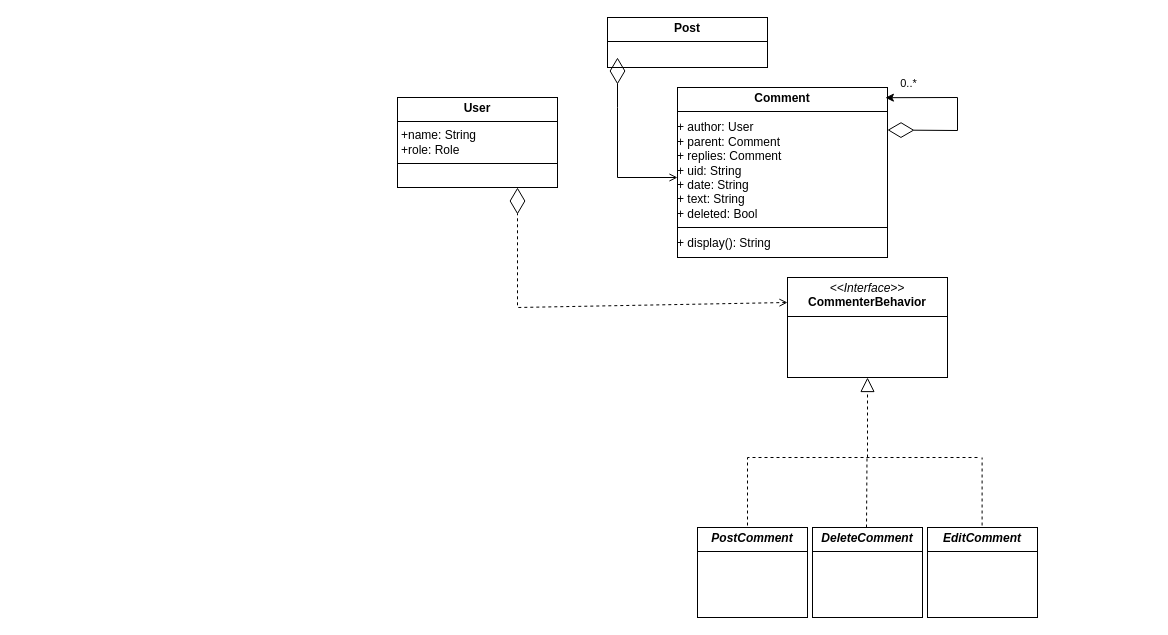
Before: UML.drawio in pricedown/ThreadedComments, a draw.io diagram. Source tidied: cells renumbered, new cells numbered last; positions are measured from the earlier drawing's top-left corner, leaving out a move shared by most shapes. Both pictures are drawn from the tidied source at 100%, with x=0, y=0 at pixel (397, 17).
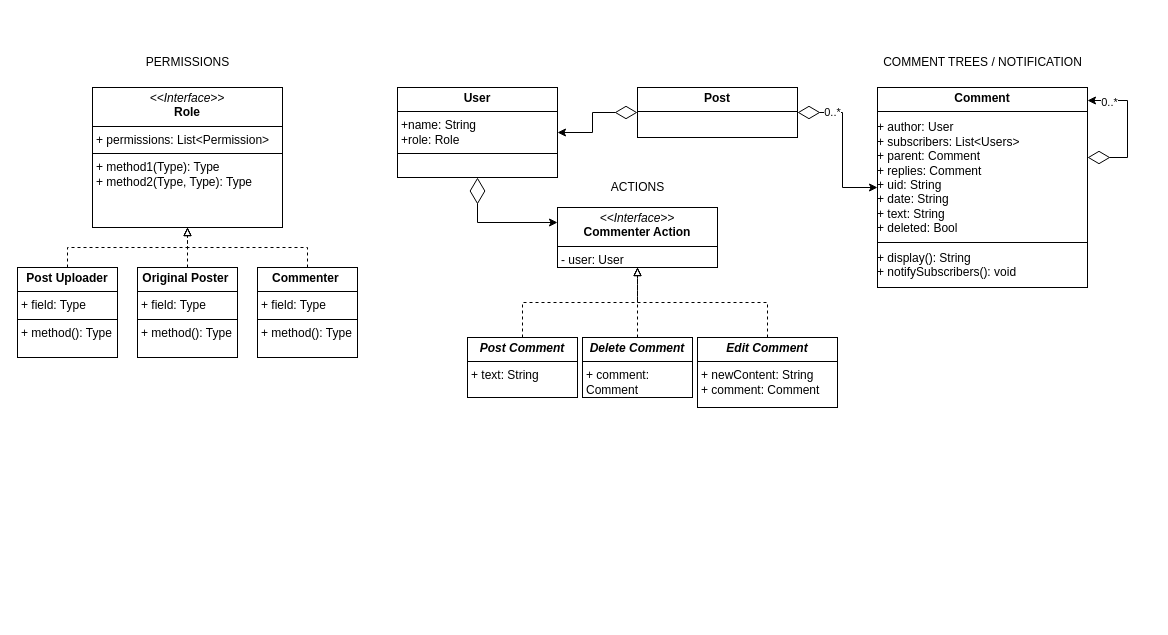
The same diagram, later.

Diff of the diagram source:
```diff
@@
-    <mxCell id="2" value="&lt;p style=&quot;margin:0px;margin-top:4px;text-align:center;&quot;&gt;&lt;b&gt;Comment&lt;/b&gt;&lt;/p&gt;&lt;hr style=&quot;border-style:solid;&quot; size=&quot;1&quot;&gt;&lt;div style=&quot;height:2px;&quot;&gt;&lt;/div&gt;&lt;div&gt;+ author: User&lt;br&gt;&lt;/div&gt;&lt;div&gt;+ parent: Comment&lt;/div&gt;&lt;div&gt;+ replies: Comment&lt;/div&gt;&lt;div&gt;+ uid: String&lt;br&gt;&lt;/div&gt;&lt;div&gt;+ date: String&lt;br&gt;&lt;/div&gt;&lt;div&gt;+ text: String&lt;/div&gt;&lt;div&gt;+ deleted: Bool&lt;/div&gt;&lt;hr style=&quot;border-style:solid;&quot; size=&quot;1&quot;&gt;&lt;div style=&quot;height:2px;&quot;&gt;&lt;br&gt;&lt;/div&gt;&lt;div style=&quot;height:2px;&quot;&gt;+ display(): String&lt;br&gt;&lt;/div&gt;" style="verticalAlign=top;align=left;overflow=fill;html=1;whiteSpace=wrap;" parent="1" vertex="1">
-      <mxGeometry x="280" y="70" width="210" height="170" as="geometry" />
+    <mxCell id="2" value="&lt;p style=&quot;margin:0px;margin-top:4px;text-align:center;&quot;&gt;&lt;b&gt;Comment&lt;/b&gt;&lt;/p&gt;&lt;hr style=&quot;border-style:solid;&quot; size=&quot;1&quot;&gt;&lt;div style=&quot;height:2px;&quot;&gt;&lt;/div&gt;&lt;div&gt;+ author: User&lt;br&gt;&lt;/div&gt;&lt;div&gt;+ subscribers: List&amp;lt;Users&amp;gt;&lt;/div&gt;&lt;div&gt;+ parent: Comment&lt;/div&gt;&lt;div&gt;+ replies: Comment&lt;/div&gt;&lt;div&gt;+ uid: String&lt;br&gt;&lt;/div&gt;&lt;div&gt;+ date: String&lt;br&gt;&lt;/div&gt;&lt;div&gt;+ text: String&lt;/div&gt;&lt;div&gt;+ deleted: Bool&lt;/div&gt;&lt;hr style=&quot;border-style:solid;&quot; size=&quot;1&quot;&gt;&lt;div style=&quot;height:2px;&quot;&gt;&lt;br&gt;&lt;/div&gt;&lt;div style=&quot;height:2px;&quot;&gt;+ display(): String&lt;br&gt;+ notifySubscribers(): void&lt;/div&gt;&lt;div style=&quot;height:2px;&quot;&gt;&lt;br&gt;&lt;/div&gt;" style="verticalAlign=top;align=left;overflow=fill;html=1;whiteSpace=wrap;" parent="1" vertex="1">
+      <mxGeometry x="480" y="70" width="210" height="200" as="geometry" />
     </mxCell>
-    <mxCell id="3" style="endArrow=diamondThin;endFill=0;endSize=24;html=1;rounded=0;entryX=1;entryY=0.25;entryDx=0;entryDy=0;exitX=0.99;exitY=0.06;exitDx=0;exitDy=0;startArrow=classic;startFill=1;exitPerimeter=0;" parent="1" edge="1" source="2" target="2">
-      <mxGeometry relative="1" as="geometry">
-        <Array as="points">
-          <mxPoint x="560" y="80" />
-          <mxPoint x="560" y="113" />
-        </Array>
-      </mxGeometry>
-    </mxCell>
-    <mxCell id="4" value="0..*" style="edgeLabel;html=1;align=center;verticalAlign=middle;" parent="3" vertex="1">
-      <mxGeometry x="-0.82" y="2" relative="1" as="geometry">
-        <mxPoint x="7" y="-13" as="offset" />
-      </mxGeometry>
-    </mxCell>
+    <mxCell id="18" style="edgeStyle=orthogonalEdgeStyle;rounded=0;jettySize=auto;html=1;entryX=0;entryY=0.25;entryDx=0;entryDy=0;exitX=0.5;exitY=1;exitDx=0;exitDy=0;startArrow=diamondThin;startFill=0;startSize=24;" parent="1" edge="1" source="5" target="6">
+      <mxGeometry relative="1" as="geometry" />
+    </mxCell>
     <mxCell id="5" value="&lt;p style=&quot;margin:0px;margin-top:4px;text-align:center;&quot;&gt;&lt;b&gt;User&lt;/b&gt;&lt;/p&gt;&lt;hr style=&quot;border-style:solid;&quot; size=&quot;1&quot;&gt;&lt;p style=&quot;margin:0px;margin-left:4px;&quot;&gt;+name: String&lt;/p&gt;&lt;p style=&quot;margin:0px;margin-left:4px;&quot;&gt;+role: Role&lt;br&gt;&lt;/p&gt;&lt;hr style=&quot;border-style:solid;&quot; size=&quot;1&quot;&gt;&lt;p style=&quot;margin:0px;margin-left:4px;&quot;&gt;&lt;br&gt;&lt;/p&gt;" style="verticalAlign=top;align=left;overflow=fill;html=1;whiteSpace=wrap;" parent="1" vertex="1">
-      <mxGeometry y="80" width="160" height="90" as="geometry" />
+      <mxGeometry y="70" width="160" height="90" as="geometry" />
     </mxCell>
-    <mxCell id="6" value="&lt;p style=&quot;margin:0px;margin-top:4px;text-align:center;&quot;&gt;&lt;i&gt;&amp;lt;&amp;lt;Interface&amp;gt;&amp;gt;&lt;/i&gt;&lt;br&gt;&lt;b&gt;CommenterBehavior&lt;/b&gt;&lt;br&gt;&lt;/p&gt;&lt;hr size=&quot;1&quot; style=&quot;border-style:solid;&quot;&gt;&lt;p style=&quot;margin:0px;margin-left:4px;&quot;&gt;&lt;br&gt;&lt;/p&gt;" style="verticalAlign=top;align=left;overflow=fill;html=1;whiteSpace=wrap;" parent="1" vertex="1">
-      <mxGeometry x="390" y="260" width="160" height="100" as="geometry" />
+    <mxCell id="6" value="&lt;p style=&quot;margin:0px;margin-top:4px;text-align:center;&quot;&gt;&lt;i&gt;&amp;lt;&amp;lt;Interface&amp;gt;&amp;gt;&lt;/i&gt;&lt;br&gt;&lt;b&gt;Commenter Action&lt;/b&gt;&lt;br&gt;&lt;/p&gt;&lt;hr size=&quot;1&quot; style=&quot;border-style:solid;&quot;&gt;&lt;p style=&quot;margin:0px;margin-left:4px;&quot;&gt;- user: User&lt;/p&gt;" style="verticalAlign=top;align=left;overflow=fill;html=1;whiteSpace=wrap;" parent="1" vertex="1">
+      <mxGeometry x="160" y="190" width="160" height="60" as="geometry" />
     </mxCell>
-    <mxCell id="7" style="endArrow=block;dashed=1;endFill=0;endSize=12;html=1;rounded=0;entryX=0.5;entryY=1;entryDx=0;entryDy=0;" parent="1" edge="1" target="6">
-      <mxGeometry relative="1" as="geometry">
-        <mxPoint x="470" y="440" as="sourcePoint" />
-      </mxGeometry>
-    </mxCell>
-    <mxCell id="8" style="endArrow=none;dashed=1;endFill=0;endSize=12;html=1;rounded=0;" parent="1" edge="1">
-      <mxGeometry relative="1" as="geometry">
-        <mxPoint x="580" y="440" as="sourcePoint" />
-        <mxPoint x="350" y="440" as="targetPoint" />
-      </mxGeometry>
-    </mxCell>
-    <mxCell id="9" style="endArrow=none;dashed=1;endFill=0;endSize=12;html=1;rounded=0;entryX=0.5;entryY=1;entryDx=0;entryDy=0;" parent="1" edge="1">
-      <mxGeometry relative="1" as="geometry">
-        <mxPoint x="350" y="520" as="sourcePoint" />
-        <mxPoint x="350" y="440" as="targetPoint" />
-      </mxGeometry>
-    </mxCell>
-    <mxCell id="10" style="endArrow=none;dashed=1;endFill=0;endSize=12;html=1;rounded=0;entryX=0.5;entryY=1;entryDx=0;entryDy=0;" parent="1" edge="1">
-      <mxGeometry relative="1" as="geometry">
-        <mxPoint x="469" y="510" as="sourcePoint" />
-        <mxPoint x="469.5" y="440" as="targetPoint" />
-      </mxGeometry>
-    </mxCell>
-    <mxCell id="11" style="endArrow=none;dashed=1;endFill=0;endSize=12;html=1;rounded=0;entryX=0.5;entryY=1;entryDx=0;entryDy=0;" parent="1" edge="1">
-      <mxGeometry relative="1" as="geometry">
-        <mxPoint x="584.6" y="520" as="sourcePoint" />
-        <mxPoint x="584.6" y="440" as="targetPoint" />
-      </mxGeometry>
-    </mxCell>
+    <mxCell id="19" style="edgeStyle=orthogonalEdgeStyle;rounded=0;jettySize=auto;html=1;entryX=0.5;entryY=1;entryDx=0;entryDy=0;dashed=1;endArrow=block;endFill=0;" parent="1" edge="1" source="12" target="6">
+      <mxGeometry relative="1" as="geometry" />
+    </mxCell>
-    <mxCell id="12" value="&lt;p style=&quot;margin:0px;margin-top:4px;text-align:center;&quot;&gt;&lt;b&gt;&lt;i&gt;PostComment&lt;/i&gt;&lt;/b&gt;&lt;br&gt;&lt;/p&gt;&lt;hr size=&quot;1&quot; style=&quot;border-style:solid;&quot;&gt;&lt;p style=&quot;margin:0px;margin-left:4px;&quot;&gt;&lt;br&gt;&lt;/p&gt;" style="verticalAlign=top;align=left;overflow=fill;html=1;whiteSpace=wrap;" parent="1" vertex="1">
-      <mxGeometry x="300" y="510" width="110" height="90" as="geometry" />
+    <mxCell id="12" value="&lt;p style=&quot;margin:0px;margin-top:4px;text-align:center;&quot;&gt;&lt;b&gt;&lt;i&gt;Post Comment&lt;/i&gt;&lt;/b&gt;&lt;br&gt;&lt;/p&gt;&lt;hr size=&quot;1&quot; style=&quot;border-style:solid;&quot;&gt;&lt;p style=&quot;margin:0px;margin-left:4px;&quot;&gt;+ text: String&lt;/p&gt;" style="verticalAlign=top;align=left;overflow=fill;html=1;whiteSpace=wrap;" parent="1" vertex="1">
+      <mxGeometry x="70" y="320" width="110" height="60" as="geometry" />
     </mxCell>
-    <mxCell id="13" style="endArrow=diamondThin;endFill=0;endSize=24;html=1;rounded=0;entryX=0.75;entryY=1;entryDx=0;entryDy=0;exitX=0;exitY=0.25;exitDx=0;exitDy=0;startArrow=open;startFill=0;dashed=1;" parent="1" edge="1" source="6" target="5">
-      <mxGeometry relative="1" as="geometry">
-        <Array as="points">
-          <mxPoint x="120" y="290" />
-        </Array>
-      </mxGeometry>
-    </mxCell>
+    <mxCell id="20" style="edgeStyle=orthogonalEdgeStyle;rounded=0;jettySize=auto;html=1;entryX=0.5;entryY=1;entryDx=0;entryDy=0;dashed=1;endArrow=block;endFill=0;" parent="1" edge="1" source="14" target="6">
+      <mxGeometry relative="1" as="geometry" />
+    </mxCell>
-    <mxCell id="14" value="&lt;p style=&quot;margin:0px;margin-top:4px;text-align:center;&quot;&gt;&lt;b&gt;&lt;i&gt;DeleteComment&lt;/i&gt;&lt;/b&gt;&lt;br&gt;&lt;/p&gt;&lt;hr size=&quot;1&quot; style=&quot;border-style:solid;&quot;&gt;&lt;p style=&quot;margin:0px;margin-left:4px;&quot;&gt;&lt;br&gt;&lt;/p&gt;" style="verticalAlign=top;align=left;overflow=fill;html=1;whiteSpace=wrap;" parent="1" vertex="1">
-      <mxGeometry x="415" y="510" width="110" height="90" as="geometry" />
+    <mxCell id="14" value="&lt;p style=&quot;margin:0px;margin-top:4px;text-align:center;&quot;&gt;&lt;b&gt;&lt;i&gt;Delete Comment&lt;/i&gt;&lt;/b&gt;&lt;br&gt;&lt;/p&gt;&lt;hr size=&quot;1&quot; style=&quot;border-style:solid;&quot;&gt;&lt;p style=&quot;margin:0px;margin-left:4px;&quot;&gt;+ comment: Comment&lt;/p&gt;" style="verticalAlign=top;align=left;overflow=fill;html=1;whiteSpace=wrap;" parent="1" vertex="1">
+      <mxGeometry x="185" y="320" width="110" height="60" as="geometry" />
     </mxCell>
+    <mxCell id="21" style="edgeStyle=orthogonalEdgeStyle;rounded=0;jettySize=auto;html=1;entryX=0.5;entryY=1;entryDx=0;entryDy=0;exitX=0.5;exitY=0;exitDx=0;exitDy=0;dashed=1;endArrow=block;endFill=0;" parent="1" edge="1" source="15" target="6">
+      <mxGeometry relative="1" as="geometry" />
+    </mxCell>
-    <mxCell id="15" value="&lt;p style=&quot;margin:0px;margin-top:4px;text-align:center;&quot;&gt;&lt;b&gt;&lt;i&gt;EditComment&lt;/i&gt;&lt;/b&gt;&lt;br&gt;&lt;/p&gt;&lt;hr size=&quot;1&quot; style=&quot;border-style:solid;&quot;&gt;&lt;p style=&quot;margin:0px;margin-left:4px;&quot;&gt;&lt;br&gt;&lt;/p&gt;" style="verticalAlign=top;align=left;overflow=fill;html=1;whiteSpace=wrap;" parent="1" vertex="1">
-      <mxGeometry x="530" y="510" width="110" height="90" as="geometry" />
+    <mxCell id="15" value="&lt;p style=&quot;margin:0px;margin-top:4px;text-align:center;&quot;&gt;&lt;b&gt;&lt;i&gt;Edit Comment&lt;/i&gt;&lt;/b&gt;&lt;br&gt;&lt;/p&gt;&lt;hr size=&quot;1&quot; style=&quot;border-style:solid;&quot;&gt;&lt;p style=&quot;margin:0px;margin-left:4px;&quot;&gt;+ newContent: String&lt;br&gt;+ comment: Comment&lt;/p&gt;" style="verticalAlign=top;align=left;overflow=fill;html=1;whiteSpace=wrap;" parent="1" vertex="1">
+      <mxGeometry x="300" y="320" width="140" height="70" as="geometry" />
     </mxCell>
+    <mxCell id="22" style="edgeStyle=orthogonalEdgeStyle;rounded=0;jettySize=auto;html=1;startArrow=diamondThin;startFill=0;startSize=20;" parent="1" edge="1" source="16" target="5">
+      <mxGeometry relative="1" as="geometry" />
+    </mxCell>
+    <mxCell id="23" style="edgeStyle=orthogonalEdgeStyle;rounded=0;jettySize=auto;html=1;startArrow=diamondThin;startFill=0;startSize=20;" parent="1" edge="1" source="16" target="2">
+      <mxGeometry relative="1" as="geometry" />
+    </mxCell>
+    <mxCell id="24" value="0..*" style="edgeLabel;html=1;align=center;verticalAlign=middle;" parent="23" vertex="1">
+      <mxGeometry x="-0.56" y="1" relative="1" as="geometry" />
+    </mxCell>
     <mxCell id="16" value="&lt;p style=&quot;margin:0px;margin-top:4px;text-align:center;&quot;&gt;&lt;b&gt;Post&lt;/b&gt;&lt;/p&gt;&lt;hr style=&quot;border-style:solid;&quot; size=&quot;1&quot;&gt;" style="verticalAlign=top;align=left;overflow=fill;html=1;whiteSpace=wrap;" parent="1" vertex="1">
-      <mxGeometry x="210" width="160" height="50" as="geometry" />
+      <mxGeometry x="240" y="70" width="160" height="50" as="geometry" />
     </mxCell>
-    <mxCell id="17" style="endArrow=diamondThin;endFill=0;endSize=24;html=1;rounded=0;entryX=0.75;entryY=1;entryDx=0;entryDy=0;startArrow=open;startFill=0;" parent="1" edge="1">
-      <mxGeometry relative="1" as="geometry">
-        <mxPoint x="280" y="160" as="sourcePoint" />
-        <mxPoint x="220" y="40" as="targetPoint" />
-        <Array as="points">
-          <mxPoint x="220" y="160" />
-          <mxPoint x="220" y="90" />
-        </Array>
-      </mxGeometry>
-    </mxCell>
+    <mxCell id="25" value="&lt;p style=&quot;margin:0px;margin-top:4px;text-align:center;&quot;&gt;&lt;i&gt;&amp;lt;&amp;lt;Interface&amp;gt;&amp;gt;&lt;/i&gt;&lt;br&gt;&lt;b&gt;Role&lt;/b&gt;&lt;/p&gt;&lt;hr size=&quot;1&quot; style=&quot;border-style:solid;&quot;&gt;&lt;p style=&quot;margin:0px;margin-left:4px;&quot;&gt;+ permissions: List&amp;lt;Permission&amp;gt;&lt;/p&gt;&lt;hr size=&quot;1&quot; style=&quot;border-style:solid;&quot;&gt;&lt;p style=&quot;margin:0px;margin-left:4px;&quot;&gt;+ method1(Type): Type&lt;br&gt;+ method2(Type, Type): Type&lt;/p&gt;" style="verticalAlign=top;align=left;overflow=fill;html=1;whiteSpace=wrap;" parent="1" vertex="1">
+      <mxGeometry x="-305" y="70" width="190" height="140" as="geometry" />
+    </mxCell>
+    <mxCell id="26" value="PERMISSIONS" style="text;html=1;align=center;verticalAlign=middle;strokeColor=none;fillColor=none;" parent="1" vertex="1">
+      <mxGeometry x="-265" y="30" width="110" height="30" as="geometry" />
+    </mxCell>
+    <mxCell id="3" style="edgeStyle=orthogonalEdgeStyle;rounded=0;orthogonalLoop=1;jettySize=auto;html=1;startArrow=diamondThin;startFill=0;startSize=20;" parent="1" edge="1" source="2" target="2">
+      <mxGeometry relative="1" as="geometry">
+        <Array as="points">
+          <mxPoint x="730" y="140" />
+          <mxPoint x="730" y="83" />
+        </Array>
+      </mxGeometry>
+    </mxCell>
+    <mxCell id="27" value="0..*" style="edgeLabel;html=1;align=center;verticalAlign=middle;" parent="3" vertex="1">
+      <mxGeometry x="0.77" y="1" relative="1" as="geometry">
+        <mxPoint x="5" as="offset" />
+      </mxGeometry>
+    </mxCell>
+    <mxCell id="28" value="ACTIONS" style="text;html=1;align=center;verticalAlign=middle;strokeColor=none;fillColor=none;" parent="1" vertex="1">
+      <mxGeometry x="200" y="155" width="80" height="30" as="geometry" />
+    </mxCell>
+    <mxCell id="29" value="COMMENT TREES / NOTIFICATION" style="text;html=1;align=center;verticalAlign=middle;strokeColor=none;fillColor=none;" parent="1" vertex="1">
+      <mxGeometry x="475" y="30" width="220" height="30" as="geometry" />
+    </mxCell>
+    <mxCell id="30" style="edgeStyle=orthogonalEdgeStyle;rounded=0;jettySize=auto;html=1;dashed=1;endArrow=block;endFill=0;" parent="1" edge="1" source="31" target="25">
+      <mxGeometry relative="1" as="geometry" />
+    </mxCell>
+    <mxCell id="31" value="&lt;p style=&quot;margin:0px;margin-top:4px;text-align:center;&quot;&gt;&lt;b&gt;Post Uploader&lt;/b&gt;&lt;/p&gt;&lt;hr size=&quot;1&quot; style=&quot;border-style:solid;&quot;&gt;&lt;p style=&quot;margin:0px;margin-left:4px;&quot;&gt;+ field: Type&lt;/p&gt;&lt;hr size=&quot;1&quot; style=&quot;border-style:solid;&quot;&gt;&lt;p style=&quot;margin:0px;margin-left:4px;&quot;&gt;+ method(): Type&lt;/p&gt;" style="verticalAlign=top;align=left;overflow=fill;html=1;whiteSpace=wrap;" parent="1" vertex="1">
+      <mxGeometry x="-380" y="250" width="100" height="90" as="geometry" />
+    </mxCell>
+    <mxCell id="32" style="edgeStyle=orthogonalEdgeStyle;rounded=0;jettySize=auto;html=1;dashed=1;endArrow=block;endFill=0;" parent="1" edge="1" source="33" target="25">
+      <mxGeometry relative="1" as="geometry" />
+    </mxCell>
+    <mxCell id="33" value="&lt;p style=&quot;margin:0px;margin-top:4px;text-align:center;&quot;&gt;&lt;b&gt;Original Poster&lt;/b&gt;&lt;b style=&quot;background-color: initial;&quot;&gt;&amp;nbsp;&lt;/b&gt;&lt;/p&gt;&lt;hr size=&quot;1&quot; style=&quot;border-style:solid;&quot;&gt;&lt;p style=&quot;margin:0px;margin-left:4px;&quot;&gt;+ field: Type&lt;/p&gt;&lt;hr size=&quot;1&quot; style=&quot;border-style:solid;&quot;&gt;&lt;p style=&quot;margin:0px;margin-left:4px;&quot;&gt;+ method(): Type&lt;/p&gt;" style="verticalAlign=top;align=left;overflow=fill;html=1;whiteSpace=wrap;" parent="1" vertex="1">
+      <mxGeometry x="-260" y="250" width="100" height="90" as="geometry" />
+    </mxCell>
+    <mxCell id="34" style="edgeStyle=orthogonalEdgeStyle;rounded=0;jettySize=auto;html=1;dashed=1;endArrow=block;endFill=0;" parent="1" edge="1" source="35" target="25">
+      <mxGeometry relative="1" as="geometry" />
+    </mxCell>
+    <mxCell id="35" value="&lt;p style=&quot;margin:0px;margin-top:4px;text-align:center;&quot;&gt;&lt;b style=&quot;background-color: initial;&quot;&gt;Commenter&amp;nbsp;&lt;/b&gt;&lt;/p&gt;&lt;hr size=&quot;1&quot; style=&quot;border-style:solid;&quot;&gt;&lt;p style=&quot;margin:0px;margin-left:4px;&quot;&gt;+ field: Type&lt;/p&gt;&lt;hr size=&quot;1&quot; style=&quot;border-style:solid;&quot;&gt;&lt;p style=&quot;margin:0px;margin-left:4px;&quot;&gt;+ method(): Type&lt;/p&gt;" style="verticalAlign=top;align=left;overflow=fill;html=1;whiteSpace=wrap;" parent="1" vertex="1">
+      <mxGeometry x="-140" y="250" width="100" height="90" as="geometry" />
+    </mxCell>
```
